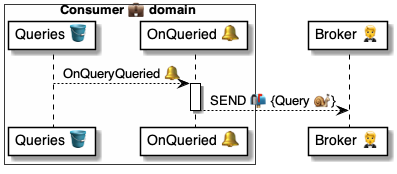
Earlier version of the PlantUML export 4 ⚙️ Solution/41 🎭 Domain Roles/Consumers 💼/💼🪣 Consumer tables/Queries 🗄️ table/🪣🧱 11 Queried 🔔 event/💼 OnQueryQueried ⚙️ uml.png (pollyweb-org/pollyweb-docs). Its source is kept beside it as 4 ⚙️ Solution/41 🎭 Domain Roles/Consumers 💼/💼🪣 Consumer tables/Queries 🗄️ table/🪣🧱 11 Queried 🔔 event/💼 OnQueryQueried ⚙️ uml.puml. Source of this version:
```plantuml
@startuml OnQueryQueried

box Consumer 💼 domain #FFFFFA
    participant "Queries 🪣" as table
    participant "OnQueried 🔔" as handler
end box
participant "Broker 🤵" as broker

table --> handler: OnQueryQueried 🔔

activate handler
    handler --> broker: SEND 📬 {Query 🐌}
deactivate handler

@enduml
```
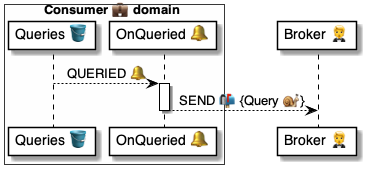
The same file after the commit.

Diff of the diagram source:
```diff
@@ -6,7 +6,7 @@
 end box
 participant "Broker 🤵" as broker
 
-table --> handler: OnQueryQueried 🔔
+table --> handler: QUERIED 🔔
 
 activate handler
     handler --> broker: SEND 📬 {Query 🐌}
```
